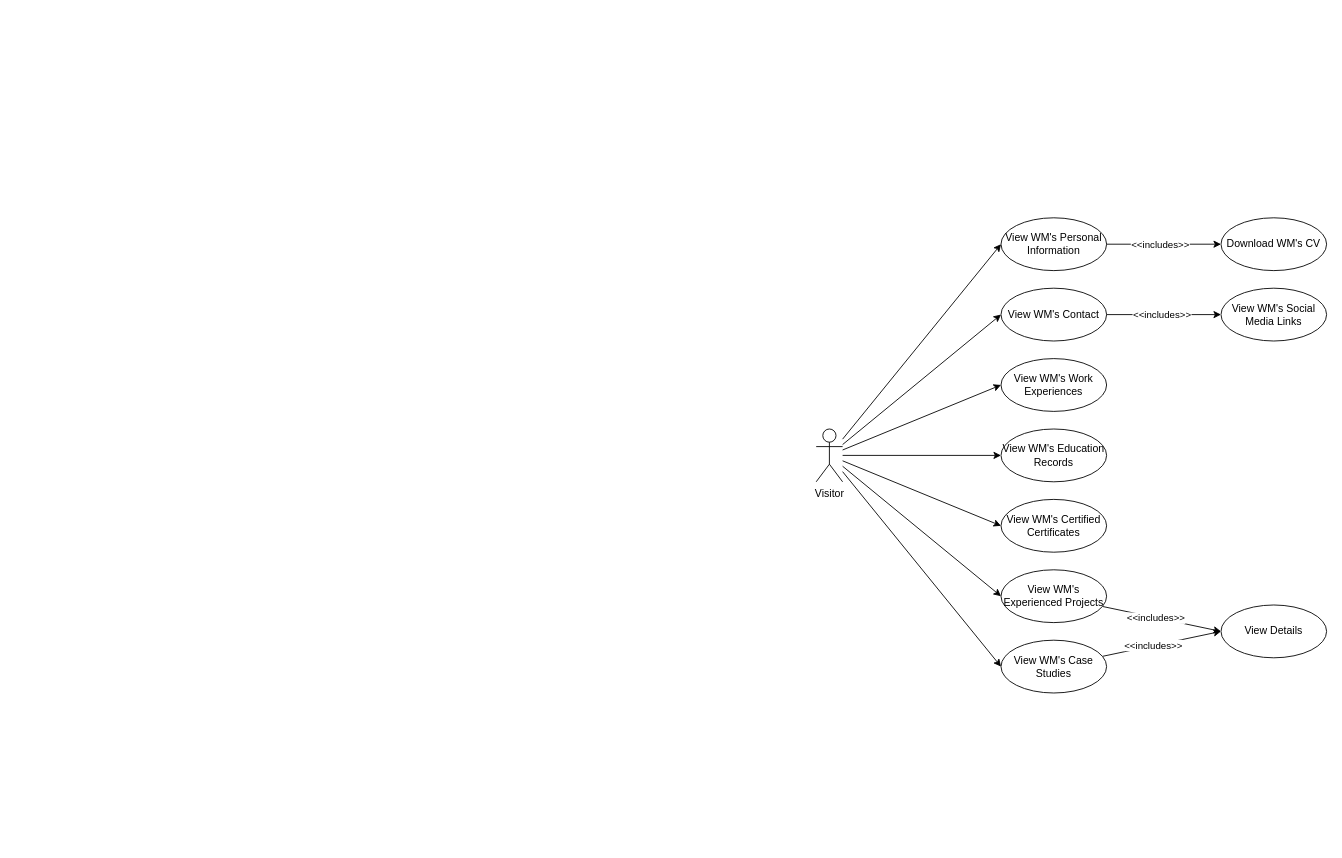
Before: SystemDesign.drawio in wmlim014/myProfile, a draw.io diagram. Source tidied: cells renumbered, new cells numbered last; positions are measured from the earlier drawing's top-left corner, leaving out a move shared by most shapes. Both pictures are drawn from the tidied source at 88%, with x=0, y=0 at pixel (816, 217).
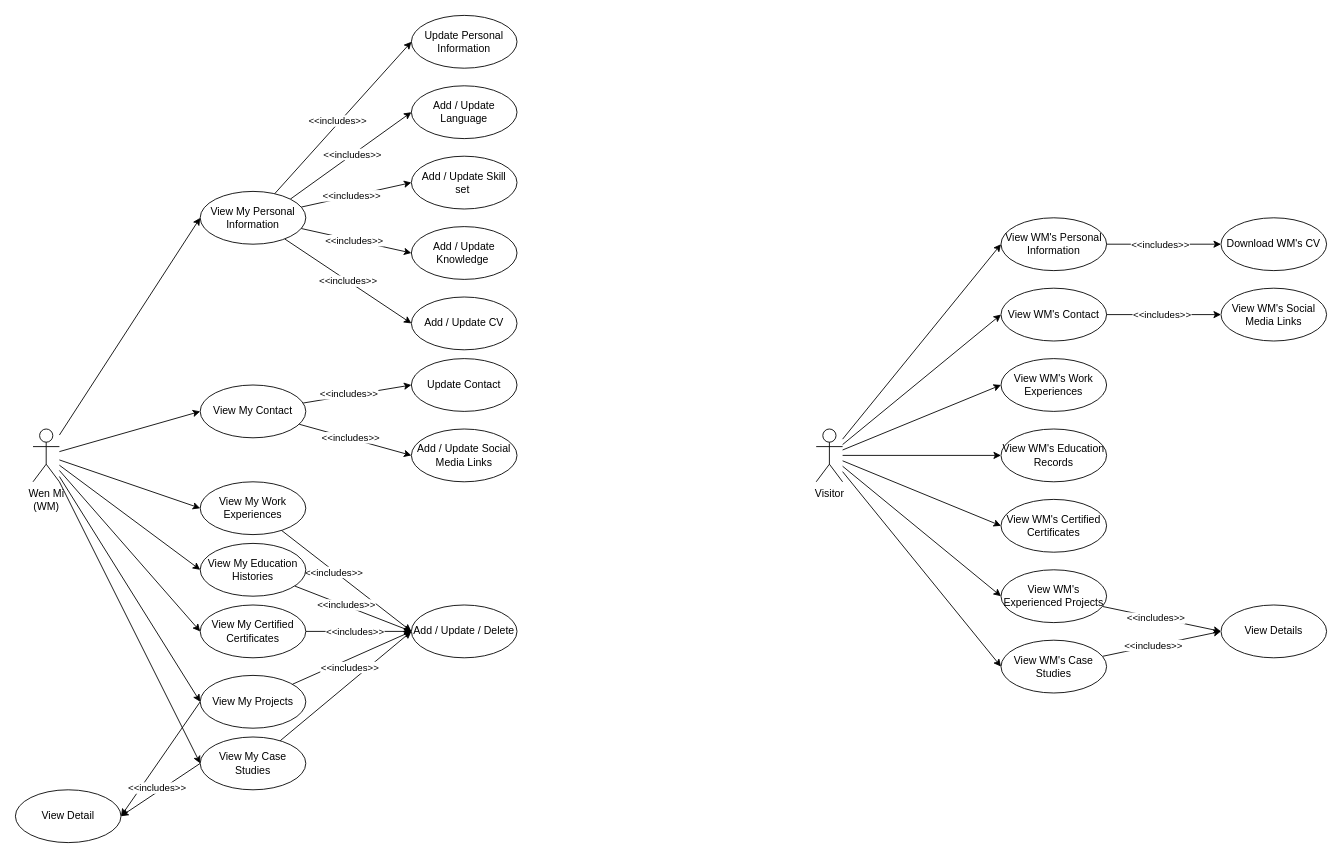
The same page after the edit.

What changed in the source:
```diff
@@
+    <mxCell id="28" style="edgeStyle=none;shape=connector;rounded=0;jettySize=auto;html=1;entryX=0;entryY=0.5;entryDx=0;entryDy=0;strokeColor=default;align=center;verticalAlign=middle;fontFamily=Helvetica;fontSize=11;fontColor=default;labelBackgroundColor=default;endArrow=classic;" parent="1" edge="1" source="76" target="66">
+      <mxGeometry relative="1" as="geometry" />
+    </mxCell>
@@
+    <mxCell id="29" style="edgeStyle=none;shape=connector;rounded=0;jettySize=auto;html=1;entryX=0;entryY=0.5;entryDx=0;entryDy=0;strokeColor=default;align=center;verticalAlign=middle;fontFamily=Helvetica;fontSize=11;fontColor=default;labelBackgroundColor=default;endArrow=classic;" parent="1" edge="1" source="36" target="45">
+      <mxGeometry relative="1" as="geometry" />
+    </mxCell>
+    <mxCell id="30" style="edgeStyle=none;shape=connector;rounded=0;jettySize=auto;html=1;entryX=0;entryY=0.5;entryDx=0;entryDy=0;strokeColor=default;align=center;verticalAlign=middle;fontFamily=Helvetica;fontSize=11;fontColor=default;labelBackgroundColor=default;endArrow=classic;" parent="1" edge="1" source="36" target="57">
+      <mxGeometry relative="1" as="geometry" />
+    </mxCell>
+    <mxCell id="31" style="edgeStyle=none;shape=connector;rounded=0;jettySize=auto;html=1;entryX=0;entryY=0.5;entryDx=0;entryDy=0;strokeColor=default;align=center;verticalAlign=middle;fontFamily=Helvetica;fontSize=11;fontColor=default;labelBackgroundColor=default;endArrow=classic;" parent="1" edge="1" source="36" target="62">
+      <mxGeometry relative="1" as="geometry" />
+    </mxCell>
+    <mxCell id="32" style="edgeStyle=none;shape=connector;rounded=0;jettySize=auto;html=1;entryX=0;entryY=0.5;entryDx=0;entryDy=0;strokeColor=default;align=center;verticalAlign=middle;fontFamily=Helvetica;fontSize=11;fontColor=default;labelBackgroundColor=default;endArrow=classic;" parent="1" edge="1" source="36" target="65">
+      <mxGeometry relative="1" as="geometry" />
+    </mxCell>
+    <mxCell id="33" style="edgeStyle=none;shape=connector;rounded=0;jettySize=auto;html=1;entryX=0;entryY=0.5;entryDx=0;entryDy=0;strokeColor=default;align=center;verticalAlign=middle;fontFamily=Helvetica;fontSize=11;fontColor=default;labelBackgroundColor=default;endArrow=classic;" parent="1" edge="1" source="36" target="69">
+      <mxGeometry relative="1" as="geometry" />
+    </mxCell>
+    <mxCell id="34" style="edgeStyle=none;shape=connector;rounded=0;jettySize=auto;html=1;entryX=0;entryY=0.5;entryDx=0;entryDy=0;strokeColor=default;align=center;verticalAlign=middle;fontFamily=Helvetica;fontSize=11;fontColor=default;labelBackgroundColor=default;endArrow=classic;" parent="1" edge="1" source="36" target="73">
+      <mxGeometry relative="1" as="geometry" />
+    </mxCell>
+    <mxCell id="35" style="edgeStyle=none;shape=connector;rounded=0;jettySize=auto;html=1;entryX=0;entryY=0.5;entryDx=0;entryDy=0;strokeColor=default;align=center;verticalAlign=middle;fontFamily=Helvetica;fontSize=11;fontColor=default;labelBackgroundColor=default;endArrow=classic;" parent="1" edge="1" source="36" target="76">
+      <mxGeometry relative="1" as="geometry" />
+    </mxCell>
+    <mxCell id="36" value="&lt;div&gt;Wen Mi&lt;/div&gt;&lt;div&gt;(WM)&lt;/div&gt;" style="shape=umlActor;verticalLabelPosition=bottom;verticalAlign=top;html=1;outlineConnect=0;" parent="1" vertex="1">
+      <mxGeometry x="-890" y="240" width="30" height="60" as="geometry" />
+    </mxCell>
+    <mxCell id="37" style="edgeStyle=none;shape=connector;rounded=0;jettySize=auto;html=1;entryX=0;entryY=0.5;entryDx=0;entryDy=0;strokeColor=default;align=center;verticalAlign=middle;fontFamily=Helvetica;fontSize=11;fontColor=default;labelBackgroundColor=default;endArrow=classic;" parent="1" edge="1" source="45" target="46">
+      <mxGeometry relative="1" as="geometry" />
+    </mxCell>
+    <mxCell id="38" value="&amp;lt;&amp;lt;includes&amp;gt;&amp;gt;" style="edgeLabel;html=1;align=center;verticalAlign=middle;fontFamily=Helvetica;fontSize=11;fontColor=default;labelBackgroundColor=default;" parent="37" vertex="1">
+      <mxGeometry x="-0.06" y="3" relative="1" as="geometry" />
+    </mxCell>
+    <mxCell id="39" style="edgeStyle=none;shape=connector;rounded=0;jettySize=auto;html=1;entryX=0;entryY=0.5;entryDx=0;entryDy=0;strokeColor=default;align=center;verticalAlign=middle;fontFamily=Helvetica;fontSize=11;fontColor=default;labelBackgroundColor=default;endArrow=classic;" parent="1" edge="1" source="45" target="47">
+      <mxGeometry relative="1" as="geometry" />
+    </mxCell>
+    <mxCell id="40" value="&amp;lt;&amp;lt;includes&amp;gt;&amp;gt;" style="edgeLabel;html=1;align=center;verticalAlign=middle;fontFamily=Helvetica;fontSize=11;fontColor=default;labelBackgroundColor=default;" parent="39" vertex="1">
+      <mxGeometry x="-0.1" y="1" relative="1" as="geometry" />
+    </mxCell>
+    <mxCell id="41" style="edgeStyle=none;shape=connector;rounded=0;jettySize=auto;html=1;entryX=0;entryY=0.5;entryDx=0;entryDy=0;strokeColor=default;align=center;verticalAlign=middle;fontFamily=Helvetica;fontSize=11;fontColor=default;labelBackgroundColor=default;endArrow=classic;" parent="1" edge="1" source="45" target="49">
+      <mxGeometry relative="1" as="geometry" />
+    </mxCell>
+    <mxCell id="42" value="&amp;lt;&amp;lt;includes&amp;gt;&amp;gt;" style="edgeLabel;html=1;align=center;verticalAlign=middle;fontFamily=Helvetica;fontSize=11;fontColor=default;labelBackgroundColor=default;" parent="41" vertex="1">
+      <mxGeometry x="-0.01" relative="1" as="geometry" />
+    </mxCell>
+    <mxCell id="43" style="edgeStyle=none;shape=connector;rounded=0;jettySize=auto;html=1;exitX=1;exitY=0;exitDx=0;exitDy=0;entryX=0;entryY=0.5;entryDx=0;entryDy=0;strokeColor=default;align=center;verticalAlign=middle;fontFamily=Helvetica;fontSize=11;fontColor=default;labelBackgroundColor=default;endArrow=classic;" parent="1" edge="1" source="45" target="52">
+      <mxGeometry relative="1" as="geometry" />
+    </mxCell>
+    <mxCell id="44" value="&amp;lt;&amp;lt;includes&amp;gt;&amp;gt;" style="edgeLabel;html=1;align=center;verticalAlign=middle;fontFamily=Helvetica;fontSize=11;fontColor=default;labelBackgroundColor=default;" parent="43" vertex="1">
+      <mxGeometry x="0.03" y="1" relative="1" as="geometry" />
+    </mxCell>
+    <mxCell id="45" value="View My Personal Information" style="ellipse;whiteSpace=wrap;html=1;" parent="1" vertex="1">
+      <mxGeometry x="-700" y="-30" width="120" height="60" as="geometry" />
+    </mxCell>
+    <mxCell id="46" value="Update Personal Information" style="ellipse;whiteSpace=wrap;html=1;" parent="1" vertex="1">
+      <mxGeometry x="-460" y="-230" width="120" height="60" as="geometry" />
+    </mxCell>
+    <mxCell id="47" value="Add / Update Skill set&amp;nbsp;" style="ellipse;whiteSpace=wrap;html=1;" parent="1" vertex="1">
+      <mxGeometry x="-460" y="-70" width="120" height="60" as="geometry" />
+    </mxCell>
+    <mxCell id="48" value="Add / Update Knowledge&amp;nbsp;" style="ellipse;whiteSpace=wrap;html=1;" parent="1" vertex="1">
+      <mxGeometry x="-460" y="10" width="120" height="60" as="geometry" />
+    </mxCell>
+    <mxCell id="49" value="Add / Update CV" style="ellipse;whiteSpace=wrap;html=1;" parent="1" vertex="1">
+      <mxGeometry x="-460" y="90" width="120" height="60" as="geometry" />
+    </mxCell>
+    <mxCell id="50" style="edgeStyle=none;shape=connector;rounded=0;jettySize=auto;html=1;entryX=0;entryY=0.5;entryDx=0;entryDy=0;strokeColor=default;align=center;verticalAlign=middle;fontFamily=Helvetica;fontSize=11;fontColor=default;labelBackgroundColor=default;endArrow=classic;" parent="1" edge="1" source="45" target="48">
+      <mxGeometry relative="1" as="geometry" />
+    </mxCell>
+    <mxCell id="51" value="&amp;lt;&amp;lt;includes&amp;gt;&amp;gt;" style="edgeLabel;html=1;align=center;verticalAlign=middle;fontFamily=Helvetica;fontSize=11;fontColor=default;labelBackgroundColor=default;" parent="50" vertex="1">
+      <mxGeometry x="-0.05" relative="1" as="geometry" />
+    </mxCell>
+    <mxCell id="52" value="Add / Update Language" style="ellipse;whiteSpace=wrap;html=1;" parent="1" vertex="1">
+      <mxGeometry x="-460" y="-150" width="120" height="60" as="geometry" />
+    </mxCell>
+    <mxCell id="53" style="edgeStyle=none;shape=connector;rounded=0;jettySize=auto;html=1;entryX=0;entryY=0.5;entryDx=0;entryDy=0;strokeColor=default;align=center;verticalAlign=middle;fontFamily=Helvetica;fontSize=11;fontColor=default;labelBackgroundColor=default;endArrow=classic;" parent="1" edge="1" source="57" target="58">
+      <mxGeometry relative="1" as="geometry" />
+    </mxCell>
+    <mxCell id="54" value="&amp;lt;&amp;lt;includes&amp;gt;&amp;gt;" style="edgeLabel;html=1;align=center;verticalAlign=middle;fontFamily=Helvetica;fontSize=11;fontColor=default;labelBackgroundColor=default;" parent="53" vertex="1">
+      <mxGeometry x="-0.15" y="2" relative="1" as="geometry" />
+    </mxCell>
+    <mxCell id="55" style="edgeStyle=none;shape=connector;rounded=0;jettySize=auto;html=1;entryX=0;entryY=0.5;entryDx=0;entryDy=0;strokeColor=default;align=center;verticalAlign=middle;fontFamily=Helvetica;fontSize=11;fontColor=default;labelBackgroundColor=default;endArrow=classic;" parent="1" edge="1" source="57" target="59">
+      <mxGeometry relative="1" as="geometry" />
+    </mxCell>
+    <mxCell id="56" value="&amp;lt;&amp;lt;includes&amp;gt;&amp;gt;" style="edgeLabel;html=1;align=center;verticalAlign=middle;fontFamily=Helvetica;fontSize=11;fontColor=default;labelBackgroundColor=default;" parent="55" vertex="1">
+      <mxGeometry x="-0.09" y="1" relative="1" as="geometry" />
+    </mxCell>
+    <mxCell id="57" value="View My Contact" style="ellipse;whiteSpace=wrap;html=1;" parent="1" vertex="1">
+      <mxGeometry x="-700" y="190" width="120" height="60" as="geometry" />
+    </mxCell>
+    <mxCell id="58" value="Update Contact" style="ellipse;whiteSpace=wrap;html=1;" parent="1" vertex="1">
+      <mxGeometry x="-460" y="160" width="120" height="60" as="geometry" />
+    </mxCell>
+    <mxCell id="59" value="Add / Update Social Media Links" style="ellipse;whiteSpace=wrap;html=1;" parent="1" vertex="1">
+      <mxGeometry x="-460" y="240" width="120" height="60" as="geometry" />
+    </mxCell>
+    <mxCell id="60" style="edgeStyle=none;shape=connector;rounded=0;jettySize=auto;html=1;entryX=0;entryY=0.5;entryDx=0;entryDy=0;strokeColor=default;align=center;verticalAlign=middle;fontFamily=Helvetica;fontSize=11;fontColor=default;labelBackgroundColor=default;endArrow=classic;" parent="1" edge="1" source="62" target="66">
+      <mxGeometry relative="1" as="geometry" />
+    </mxCell>
+    <mxCell id="61" value="&amp;lt;&amp;lt;includes&amp;gt;&amp;gt;" style="edgeLabel;html=1;align=center;verticalAlign=middle;fontFamily=Helvetica;fontSize=11;fontColor=default;labelBackgroundColor=default;" parent="60" vertex="1">
+      <mxGeometry x="-0.19" y="-1" relative="1" as="geometry" />
+    </mxCell>
+    <mxCell id="62" value="View My Work Experiences" style="ellipse;whiteSpace=wrap;html=1;" parent="1" vertex="1">
+      <mxGeometry x="-700" y="300" width="120" height="60" as="geometry" />
+    </mxCell>
+    <mxCell id="63" style="edgeStyle=none;shape=connector;rounded=0;jettySize=auto;html=1;entryX=0;entryY=0.5;entryDx=0;entryDy=0;strokeColor=default;align=center;verticalAlign=middle;fontFamily=Helvetica;fontSize=11;fontColor=default;labelBackgroundColor=default;endArrow=classic;" parent="1" edge="1" source="65" target="66">
+      <mxGeometry relative="1" as="geometry" />
+    </mxCell>
+    <mxCell id="64" value="&amp;lt;&amp;lt;includes&amp;gt;&amp;gt;" style="edgeLabel;html=1;align=center;verticalAlign=middle;fontFamily=Helvetica;fontSize=11;fontColor=default;labelBackgroundColor=default;" parent="63" vertex="1">
+      <mxGeometry x="-0.13" y="2" relative="1" as="geometry" />
+    </mxCell>
+    <mxCell id="65" value="View My Education Histories" style="ellipse;whiteSpace=wrap;html=1;" parent="1" vertex="1">
+      <mxGeometry x="-700" y="370" width="120" height="60" as="geometry" />
+    </mxCell>
+    <mxCell id="66" value="Add / Update / Delete" style="ellipse;whiteSpace=wrap;html=1;" parent="1" vertex="1">
+      <mxGeometry x="-460" y="440" width="120" height="60" as="geometry" />
+    </mxCell>
+    <mxCell id="67" style="edgeStyle=none;shape=connector;rounded=0;jettySize=auto;html=1;entryX=0;entryY=0.5;entryDx=0;entryDy=0;strokeColor=default;align=center;verticalAlign=middle;fontFamily=Helvetica;fontSize=11;fontColor=default;labelBackgroundColor=default;endArrow=classic;" parent="1" edge="1" source="69" target="66">
+      <mxGeometry relative="1" as="geometry" />
+    </mxCell>
+    <mxCell id="68" value="&amp;lt;&amp;lt;includes&amp;gt;&amp;gt;" style="edgeLabel;html=1;align=center;verticalAlign=middle;fontFamily=Helvetica;fontSize=11;fontColor=default;labelBackgroundColor=default;" parent="67" vertex="1">
+      <mxGeometry x="-0.08" y="-1" relative="1" as="geometry">
+        <mxPoint y="-1" as="offset" />
+      </mxGeometry>
+    </mxCell>
+    <mxCell id="69" value="View My Certified Certificates" style="ellipse;whiteSpace=wrap;html=1;" parent="1" vertex="1">
+      <mxGeometry x="-700" y="440" width="120" height="60" as="geometry" />
+    </mxCell>
+    <mxCell id="70" style="edgeStyle=none;shape=connector;rounded=0;jettySize=auto;html=1;entryX=0;entryY=0.5;entryDx=0;entryDy=0;strokeColor=default;align=center;verticalAlign=middle;fontFamily=Helvetica;fontSize=11;fontColor=default;labelBackgroundColor=default;endArrow=classic;" parent="1" edge="1" source="73" target="66">
+      <mxGeometry relative="1" as="geometry" />
+    </mxCell>
+    <mxCell id="71" value="&amp;lt;&amp;lt;includes&amp;gt;&amp;gt;" style="edgeLabel;html=1;align=center;verticalAlign=middle;fontFamily=Helvetica;fontSize=11;fontColor=default;labelBackgroundColor=default;" parent="70" vertex="1">
+      <mxGeometry x="-0.15" y="-1" relative="1" as="geometry">
+        <mxPoint x="7" y="5" as="offset" />
+      </mxGeometry>
+    </mxCell>
+    <mxCell id="72" style="edgeStyle=none;shape=connector;rounded=0;jettySize=auto;html=1;exitX=0;exitY=0.5;exitDx=0;exitDy=0;entryX=1;entryY=0.5;entryDx=0;entryDy=0;strokeColor=default;align=center;verticalAlign=middle;fontFamily=Helvetica;fontSize=11;fontColor=default;labelBackgroundColor=default;endArrow=classic;" parent="1" edge="1" source="73" target="77">
+      <mxGeometry relative="1" as="geometry" />
+    </mxCell>
+    <mxCell id="73" value="View My Projects" style="ellipse;whiteSpace=wrap;html=1;" parent="1" vertex="1">
+      <mxGeometry x="-700" y="520" width="120" height="60" as="geometry" />
+    </mxCell>
+    <mxCell id="74" style="edgeStyle=none;shape=connector;rounded=0;jettySize=auto;html=1;exitX=0;exitY=0.5;exitDx=0;exitDy=0;strokeColor=default;align=center;verticalAlign=middle;fontFamily=Helvetica;fontSize=11;fontColor=default;labelBackgroundColor=default;endArrow=classic;entryX=1;entryY=0.5;entryDx=0;entryDy=0;" parent="1" edge="1" source="76" target="77">
+      <mxGeometry relative="1" as="geometry" />
+    </mxCell>
+    <mxCell id="75" value="&amp;lt;&amp;lt;includes&amp;gt;&amp;gt;" style="edgeLabel;html=1;align=center;verticalAlign=middle;fontFamily=Helvetica;fontSize=11;fontColor=default;labelBackgroundColor=default;" parent="74" vertex="1">
+      <mxGeometry x="-0.07" relative="1" as="geometry">
+        <mxPoint x="-8" as="offset" />
+      </mxGeometry>
+    </mxCell>
+    <mxCell id="76" value="View My Case Studies" style="ellipse;whiteSpace=wrap;html=1;" parent="1" vertex="1">
+      <mxGeometry x="-700" y="590" width="120" height="60" as="geometry" />
+    </mxCell>
+    <mxCell id="77" value="View Detail" style="ellipse;whiteSpace=wrap;html=1;" parent="1" vertex="1">
+      <mxGeometry x="-910" y="650" width="120" height="60" as="geometry" />
+    </mxCell>
```
